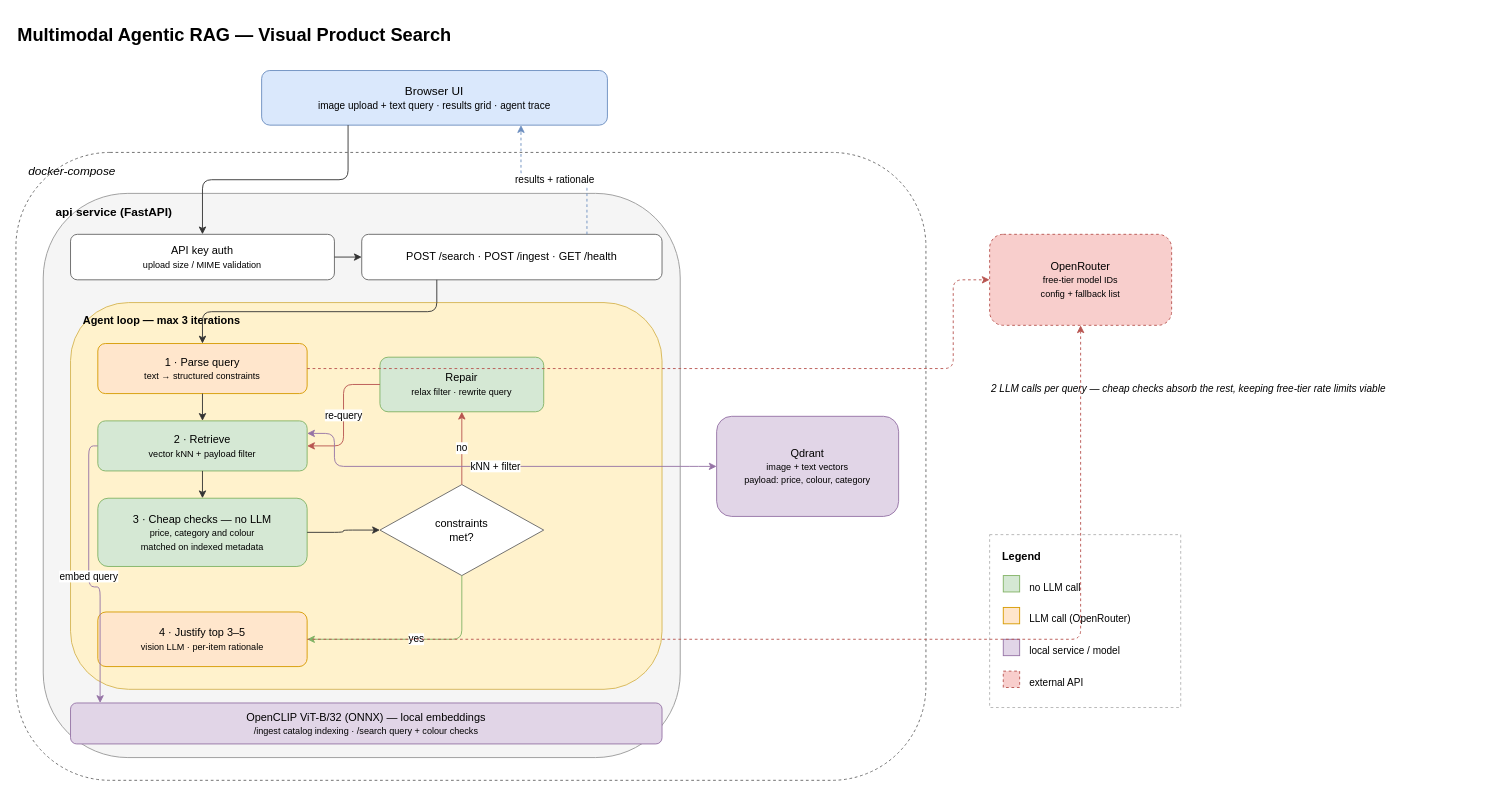
The draw.io diagram docs/architecture.drawio in Delocy/rdai-project, before the edit. Source tidied: cells renumbered, new cells numbered last; positions are measured from the earlier drawing's top-left corner, leaving out a move shared by most shapes. Both pictures are drawn from the tidied source at 91%, with x=0, y=0 at pixel (15, 15).
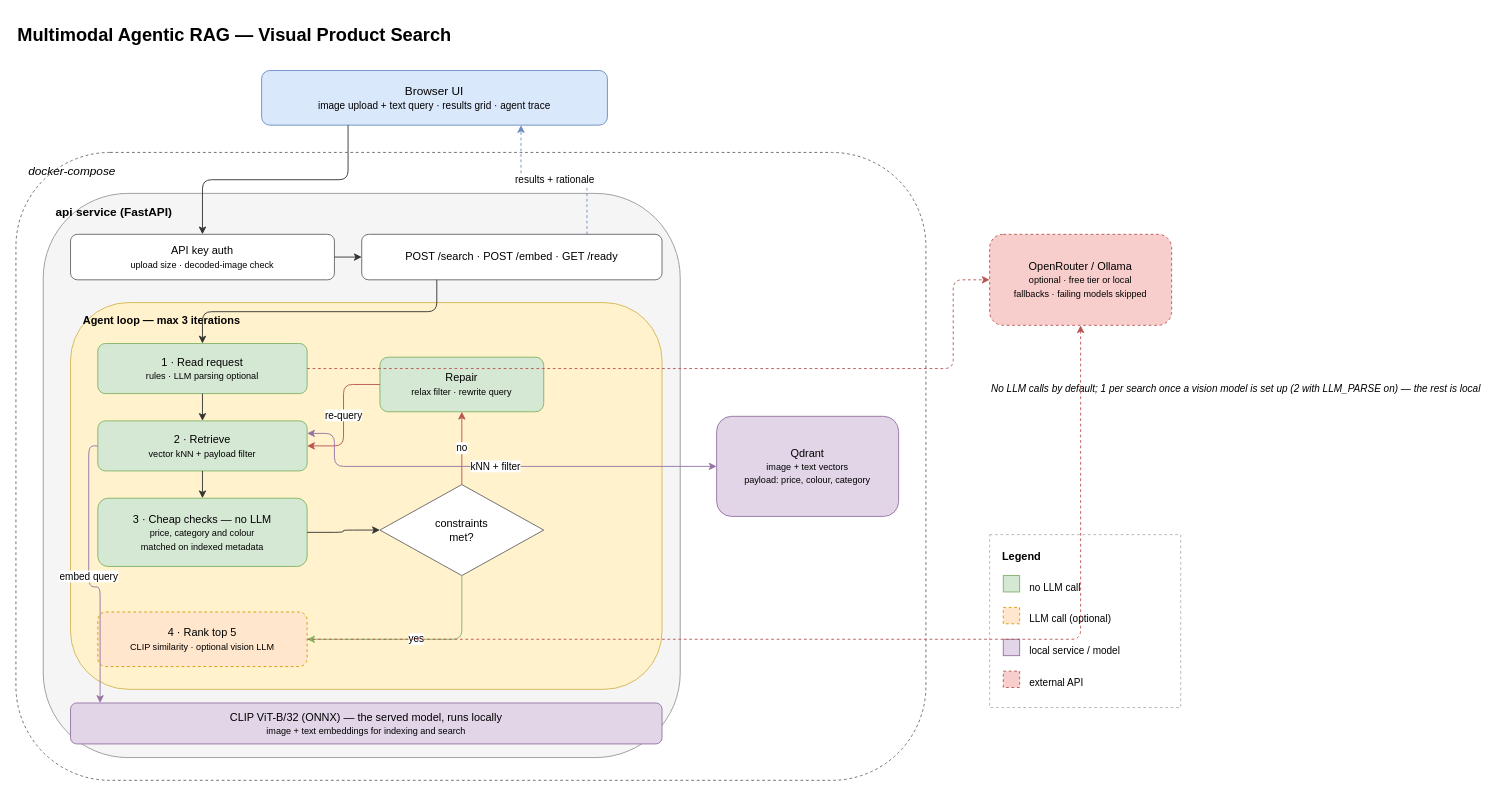
Above is the later version.

Diff of the diagram source:
```diff
@@
-    <mxCell id="6" value="API key auth&lt;br&gt;&lt;font style=&quot;font-size: 10px;&quot;&gt;upload size / MIME validation&lt;/font&gt;" style="rounded=1;whiteSpace=wrap;html=1;fillColor=#ffffff;strokeColor=#666666;fontSize=12;" parent="1" vertex="1">
+    <mxCell id="6" value="API key auth&lt;br&gt;&lt;font style=&quot;font-size: 10px;&quot;&gt;upload size · decoded-image check&lt;/font&gt;" style="rounded=1;whiteSpace=wrap;html=1;fillColor=#ffffff;strokeColor=#666666;fontSize=12;" parent="1" vertex="1">
       <mxGeometry x="60" y="240" width="290" height="50" as="geometry" />
     </mxCell>
-    <mxCell id="7" value="POST /search · POST /ingest · GET /health" style="rounded=1;whiteSpace=wrap;html=1;fillColor=#ffffff;strokeColor=#666666;fontSize=12;" parent="1" vertex="1">
+    <mxCell id="7" value="POST /search · POST /embed · GET /ready" style="rounded=1;whiteSpace=wrap;html=1;fillColor=#ffffff;strokeColor=#666666;fontSize=12;" parent="1" vertex="1">
       <mxGeometry x="380" y="240" width="330" height="50" as="geometry" />
     </mxCell>
@@
-    <mxCell id="9" value="1 · Parse query&lt;br&gt;&lt;font style=&quot;font-size: 10px;&quot;&gt;text → structured constraints&lt;/font&gt;" style="rounded=1;whiteSpace=wrap;html=1;fillColor=#ffe6cc;strokeColor=#d79b00;fontSize=12;" parent="1" vertex="1">
+    <mxCell id="9" value="1 · Read request&lt;br&gt;&lt;font style=&quot;font-size: 10px;&quot;&gt;rules · LLM parsing optional&lt;/font&gt;" style="rounded=1;whiteSpace=wrap;html=1;fillColor=#d5e8d4;strokeColor=#82b366;fontSize=12;" parent="1" vertex="1">
       <mxGeometry x="90" y="360" width="230" height="55" as="geometry" />
     </mxCell>
@@
-    <mxCell id="12" value="4 · Justify top 3–5&lt;br&gt;&lt;font style=&quot;font-size: 10px;&quot;&gt;vision LLM · per-item rationale&lt;/font&gt;" style="rounded=1;whiteSpace=wrap;html=1;fillColor=#ffe6cc;strokeColor=#d79b00;fontSize=12;" parent="1" vertex="1">
+    <mxCell id="12" value="4 · Rank top 5&lt;br&gt;&lt;font style=&quot;font-size: 10px;&quot;&gt;CLIP similarity · optional vision LLM&lt;/font&gt;" style="rounded=1;whiteSpace=wrap;html=1;dashed=1;fillColor=#ffe6cc;strokeColor=#d79b00;fontSize=12;" parent="1" vertex="1">
       <mxGeometry x="90" y="655" width="230" height="60" as="geometry" />
     </mxCell>
@@
-    <mxCell id="15" value="OpenCLIP ViT-B/32 (ONNX) — local embeddings&lt;br&gt;&lt;font style=&quot;font-size: 10px;&quot;&gt;/ingest catalog indexing · /search query + colour checks&lt;/font&gt;" style="rounded=1;whiteSpace=wrap;html=1;fillColor=#e1d5e7;strokeColor=#9673a6;fontSize=12;" parent="1" vertex="1">
+    <mxCell id="15" value="CLIP ViT-B/32 (ONNX) — the served model, runs locally&lt;br&gt;&lt;font style=&quot;font-size: 10px;&quot;&gt;image + text embeddings for indexing and search&lt;/font&gt;" style="rounded=1;whiteSpace=wrap;html=1;fillColor=#e1d5e7;strokeColor=#9673a6;fontSize=12;" parent="1" vertex="1">
       <mxGeometry x="60" y="755" width="650" height="45" as="geometry" />
     </mxCell>
@@
-    <mxCell id="17" value="OpenRouter&lt;br&gt;&lt;font style=&quot;font-size: 10px;&quot;&gt;free-tier model IDs&lt;br&gt;config + fallback list&lt;/font&gt;" style="rounded=1;whiteSpace=wrap;html=1;dashed=1;fillColor=#f8cecc;strokeColor=#b85450;fontSize=12;" parent="1" vertex="1">
+    <mxCell id="17" value="OpenRouter / Ollama&lt;br&gt;&lt;font style=&quot;font-size: 10px;&quot;&gt;optional · free tier or local&lt;br&gt;fallbacks · failing models skipped&lt;/font&gt;" style="rounded=1;whiteSpace=wrap;html=1;dashed=1;fillColor=#f8cecc;strokeColor=#b85450;fontSize=12;" parent="1" vertex="1">
       <mxGeometry x="1070" y="240" width="200" height="100" as="geometry" />
     </mxCell>
@@
-    <mxCell id="22" style="rounded=0;whiteSpace=wrap;html=1;fillColor=#ffe6cc;strokeColor=#d79b00;" parent="1" vertex="1">
+    <mxCell id="22" style="rounded=0;whiteSpace=wrap;html=1;dashed=1;fillColor=#ffe6cc;strokeColor=#d79b00;" parent="1" vertex="1">
       <mxGeometry x="1085" y="650" width="18" height="18" as="geometry" />
     </mxCell>
-    <mxCell id="23" value="LLM call (OpenRouter)" style="text;html=1;fontSize=11;align=left;" parent="1" vertex="1">
+    <mxCell id="23" value="LLM call (optional)" style="text;html=1;fontSize=11;align=left;" parent="1" vertex="1">
       <mxGeometry x="1112" y="650" width="160" height="18" as="geometry" />
     </mxCell>
@@
-    <mxCell id="28" value="2 LLM calls per query — cheap checks absorb the rest, keeping free-tier rate limits viable" style="text;html=1;fontSize=11;fontStyle=2;align=left;verticalAlign=middle;" parent="1" vertex="1">
+    <mxCell id="28" value="No LLM calls by default; 1 per search once a vision model is set up (2 with LLM_PARSE on) — the rest is local" style="text;html=1;fontSize=11;fontStyle=2;align=left;verticalAlign=middle;" parent="1" vertex="1">
       <mxGeometry x="1070" y="390" width="240" height="40" as="geometry" />
     </mxCell>
```
